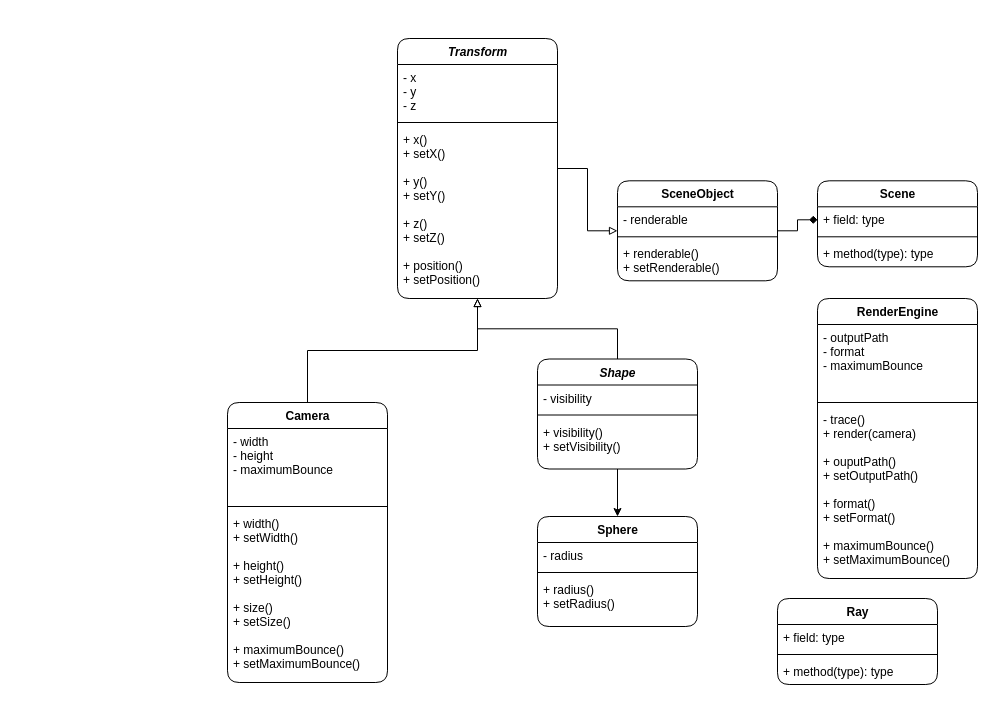
The draw.io diagram main_uml.drawio in ThomasVallentin/Bounce, before the edit. Source tidied: cells renumbered, new cells numbered last; positions are measured from the earlier drawing's top-left corner, leaving out a move shared by most shapes. Both pictures are drawn from the tidied source at 100%, with x=0, y=0 at pixel (227, 38).
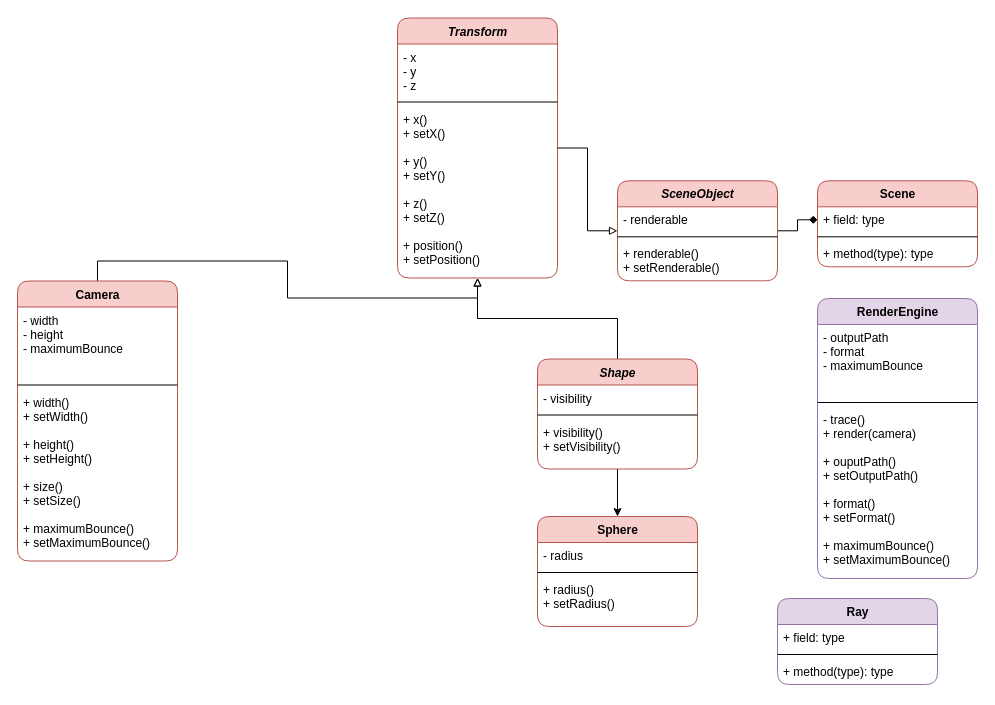
The same page after the edit.

Commit message:
add colors : red for scene, purple for render

Change to the diagram source:
```diff
@@
-    <mxCell id="2" value="Ray" style="swimlane;fontStyle=1;align=center;verticalAlign=top;horizontal=1;startSize=26;rounded=1;html=1;swimlaneLine=1;fillColor=#ffffff;swimlaneFillColor=#ffffff;labelBackgroundColor=none;labelBorderColor=none;" parent="1" vertex="1">
+    <mxCell id="2" value="Ray" style="swimlane;fontStyle=1;align=center;verticalAlign=top;horizontal=1;startSize=26;rounded=1;html=1;swimlaneLine=1;fillColor=#e1d5e7;swimlaneFillColor=#ffffff;labelBackgroundColor=none;labelBorderColor=none;strokeColor=#9673a6;" parent="1" vertex="1">
       <mxGeometry x="550" y="560" width="160" height="86" as="geometry" />
     </mxCell>
@@
-    <mxCell id="7" value="Camera" style="swimlane;fontStyle=1;align=center;verticalAlign=top;horizontal=1;startSize=26;rounded=1;html=1;swimlaneLine=1;fillColor=#ffffff;" parent="1" vertex="1">
-      <mxGeometry y="364" width="160" height="280" as="geometry" />
+    <mxCell id="7" value="Camera" style="swimlane;fontStyle=1;align=center;verticalAlign=top;horizontal=1;startSize=26;rounded=1;html=1;swimlaneLine=1;fillColor=#f8cecc;strokeColor=#b85450;" parent="1" vertex="1">
+      <mxGeometry x="-210" y="242.5" width="160" height="280" as="geometry" />
     </mxCell>
@@
-    <mxCell id="11" value="Scene" style="swimlane;fontStyle=1;align=center;verticalAlign=top;horizontal=1;startSize=26;rounded=1;html=1;swimlaneLine=1;fillColor=#ffffff;swimlaneFillColor=#ffffff;labelBackgroundColor=none;labelBorderColor=none;" parent="1" vertex="1">
+    <mxCell id="11" value="Scene" style="swimlane;fontStyle=1;align=center;verticalAlign=top;horizontal=1;startSize=26;rounded=1;html=1;swimlaneLine=1;fillColor=#f8cecc;swimlaneFillColor=#ffffff;labelBackgroundColor=none;labelBorderColor=none;strokeColor=#b85450;" parent="1" vertex="1">
       <mxGeometry x="590" y="142.3" width="160" height="86" as="geometry" />
     </mxCell>
@@
-    <mxCell id="16" value="&lt;i&gt;Transform&lt;/i&gt;" style="swimlane;fontStyle=1;align=center;verticalAlign=top;horizontal=1;startSize=26;rounded=1;html=1;swimlaneLine=1;fillColor=#ffffff;swimlaneFillColor=#ffffff;labelBackgroundColor=none;labelBorderColor=none;" parent="1" vertex="1">
-      <mxGeometry x="170" width="160" height="260" as="geometry" />
+    <mxCell id="16" value="&lt;i&gt;Transform&lt;/i&gt;" style="swimlane;fontStyle=1;align=center;verticalAlign=top;horizontal=1;startSize=26;rounded=1;html=1;swimlaneLine=1;fillColor=#f8cecc;swimlaneFillColor=#ffffff;labelBackgroundColor=none;labelBorderColor=none;strokeColor=#b85450;" parent="1" vertex="1">
+      <mxGeometry x="170" y="-20.5" width="160" height="260" as="geometry" />
     </mxCell>
@@
-    <mxCell id="22" value="Shape" style="swimlane;fontStyle=3;align=center;verticalAlign=top;horizontal=1;startSize=26;rounded=1;html=1;swimlaneLine=1;fillColor=#ffffff;swimlaneFillColor=#ffffff;labelBackgroundColor=none;labelBorderColor=none;" parent="1" vertex="1">
+    <mxCell id="22" value="Shape" style="swimlane;fontStyle=3;align=center;verticalAlign=top;horizontal=1;startSize=26;rounded=1;html=1;swimlaneLine=1;fillColor=#f8cecc;swimlaneFillColor=#ffffff;labelBackgroundColor=none;labelBorderColor=none;strokeColor=#b85450;" parent="1" vertex="1">
       <mxGeometry x="310" y="320.5" width="160" height="110" as="geometry" />
     </mxCell>
@@
-    <mxCell id="26" value="Sphere" style="swimlane;fontStyle=1;align=center;verticalAlign=top;horizontal=1;startSize=26;rounded=1;html=1;swimlaneLine=1;fillColor=#ffffff;swimlaneFillColor=#ffffff;labelBackgroundColor=none;labelBorderColor=none;" parent="1" vertex="1">
+    <mxCell id="26" value="Sphere" style="swimlane;fontStyle=1;align=center;verticalAlign=top;horizontal=1;startSize=26;rounded=1;html=1;swimlaneLine=1;fillColor=#f8cecc;swimlaneFillColor=#ffffff;labelBackgroundColor=none;labelBorderColor=none;strokeColor=#b85450;" parent="1" vertex="1">
       <mxGeometry x="310" y="478" width="160" height="110" as="geometry" />
     </mxCell>
@@
-    <mxCell id="30" value="RenderEngine" style="swimlane;fontStyle=1;align=center;verticalAlign=top;horizontal=1;startSize=26;rounded=1;html=1;swimlaneLine=1;fillColor=#ffffff;" parent="1" vertex="1">
+    <mxCell id="30" value="RenderEngine" style="swimlane;fontStyle=1;align=center;verticalAlign=top;horizontal=1;startSize=26;rounded=1;html=1;swimlaneLine=1;fillColor=#e1d5e7;strokeColor=#9673a6;" parent="1" vertex="1">
       <mxGeometry x="590" y="260" width="160" height="280" as="geometry" />
     </mxCell>
@@
-    <mxCell id="34" value="SceneObject" style="swimlane;fontStyle=1;align=center;verticalAlign=top;horizontal=1;startSize=26;rounded=1;html=1;swimlaneLine=1;fillColor=#ffffff;swimlaneFillColor=#ffffff;labelBackgroundColor=none;labelBorderColor=none;" parent="1" vertex="1">
+    <mxCell id="34" value="SceneObject" style="swimlane;fontStyle=3;align=center;verticalAlign=top;horizontal=1;startSize=26;rounded=1;html=1;swimlaneLine=1;fillColor=#f8cecc;swimlaneFillColor=#ffffff;labelBackgroundColor=none;labelBorderColor=none;strokeColor=#b85450;" parent="1" vertex="1">
       <mxGeometry x="390" y="142.3" width="160" height="100" as="geometry" />
     </mxCell>
```
